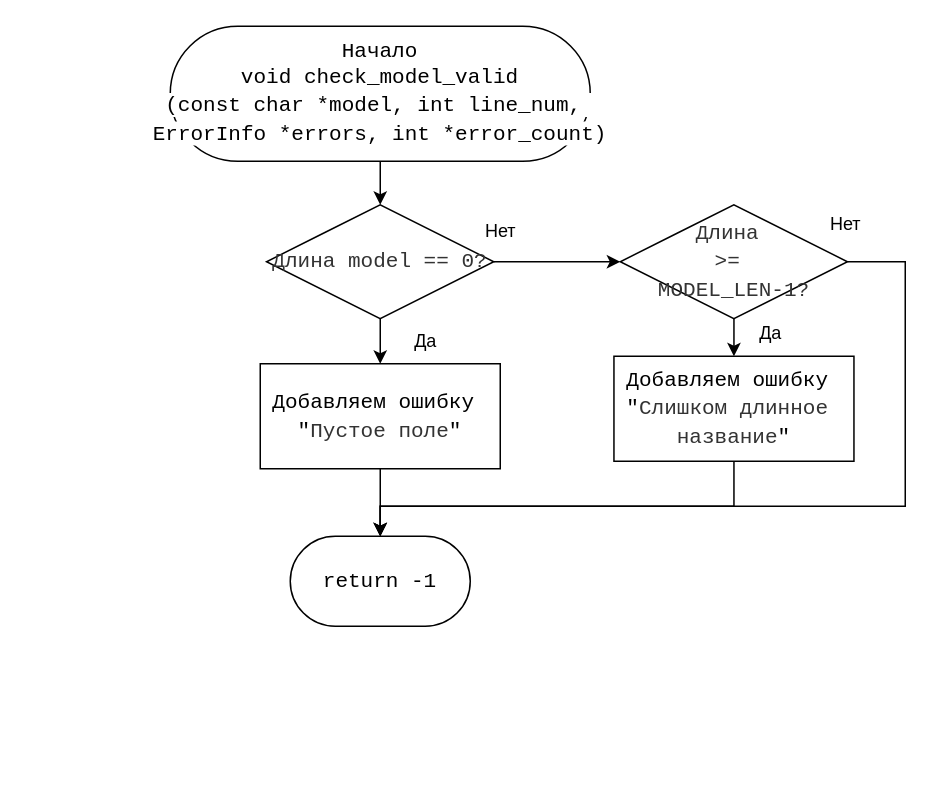
Earlier version of the draw.io diagram Курсовая/Reports/check_model_valid.drawio (ZeroD1vision/Programming). Source tidied: cells renumbered, new cells numbered last; positions are measured from the earlier drawing's top-left corner, leaving out a move shared by most shapes. Both pictures are drawn from the tidied source at 150%, with x=0, y=0 at pixel (170, 26).
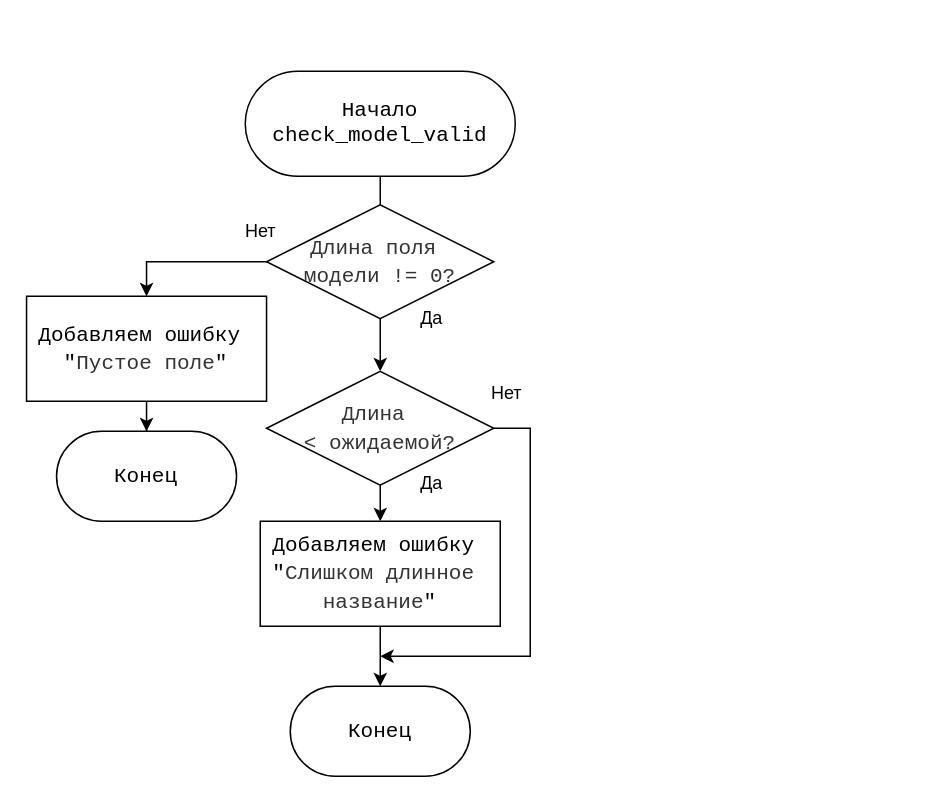
Above is the later version.

Diff of the diagram source:
```diff
@@
-    <mxCell id="3" value="&lt;font style=&quot;color: rgb(0, 0, 0); background-color: light-dark(#ffffff, var(--ge-dark-color, #121212));&quot;&gt;Начало&lt;/font&gt;&lt;div&gt;&lt;div style=&quot;font-family: Consolas, &amp;quot;Courier New&amp;quot;, monospace; line-height: 19px; white-space: pre;&quot;&gt;&lt;font style=&quot;color: rgb(0, 0, 0); background-color: light-dark(#ffffff, var(--ge-dark-color, #121212));&quot;&gt;void check_model_valid&lt;/font&gt;&lt;/div&gt;&lt;div style=&quot;font-family: Consolas, &amp;quot;Courier New&amp;quot;, monospace; line-height: 19px; white-space: pre;&quot;&gt;&lt;font style=&quot;color: rgb(0, 0, 0); background-color: light-dark(#ffffff, var(--ge-dark-color, #121212));&quot;&gt;(const char *model, int line_num, &lt;/font&gt;&lt;/div&gt;&lt;div style=&quot;font-family: Consolas, &amp;quot;Courier New&amp;quot;, monospace; line-height: 19px; white-space: pre;&quot;&gt;&lt;font style=&quot;color: rgb(0, 0, 0); background-color: light-dark(#ffffff, var(--ge-dark-color, #121212));&quot;&gt;ErrorInfo *errors, int *error_count)&lt;/font&gt;&lt;/div&gt;&lt;/div&gt;" style="rounded=1;whiteSpace=wrap;html=1;arcSize=50;fontFamily=Consolas;fontSize=14;" parent="1" vertex="1">
-      <mxGeometry width="280" height="90" as="geometry" />
+    <mxCell id="3" value="&lt;font style=&quot;color: rgb(0, 0, 0); background-color: light-dark(#ffffff, var(--ge-dark-color, #121212));&quot;&gt;Начало&lt;/font&gt;&lt;div&gt;&lt;div style=&quot;font-family: Consolas, &amp;quot;Courier New&amp;quot;, monospace; line-height: 19px; white-space: pre;&quot;&gt;&lt;font style=&quot;color: rgb(0, 0, 0); background-color: light-dark(#ffffff, var(--ge-dark-color, #121212));&quot;&gt;check_model_valid&lt;/font&gt;&lt;/div&gt;&lt;/div&gt;" style="rounded=1;whiteSpace=wrap;html=1;arcSize=50;fontFamily=Consolas;fontSize=14;" parent="1" vertex="1">
+      <mxGeometry x="50" y="30" width="180" height="70" as="geometry" />
     </mxCell>
+    <mxCell id="5" style="edgeStyle=orthogonalEdgeStyle;rounded=0;jettySize=auto;html=1;entryX=0.5;entryY=0;entryDx=0;entryDy=0;" parent="1" edge="1" source="6" target="13">
+      <mxGeometry relative="1" as="geometry">
+        <Array as="points">
+          <mxPoint x="-16" y="157" />
+        </Array>
+      </mxGeometry>
+    </mxCell>
@@
-    <mxCell id="5" style="edgeStyle=orthogonalEdgeStyle;rounded=0;jettySize=auto;html=1;" parent="1" edge="1" source="6" target="13">
-      <mxGeometry relative="1" as="geometry" />
-    </mxCell>
-    <mxCell id="6" value="&lt;div style=&quot;line-height: 19px; white-space: pre;&quot;&gt;&lt;div style=&quot;line-height: 19px;&quot;&gt;&lt;div style=&quot;line-height: 19px;&quot;&gt;&lt;span style=&quot;color: rgb(51, 51, 51); white-space-collapse: collapse;&quot;&gt;&lt;font face=&quot;Consolas, Monaco, Andale Mono, Ubuntu Mono, monospace&quot; style=&quot;&quot;&gt;Длина model == 0?&lt;/font&gt;&lt;/span&gt;&lt;/div&gt;&lt;/div&gt;&lt;/div&gt;" style="rhombus;whiteSpace=wrap;html=1;rounded=1;strokeColor=default;align=center;verticalAlign=middle;arcSize=0;fontFamily=Consolas;fontSize=14;fontColor=default;fillColor=default;" parent="1" vertex="1">
+    <mxCell id="6" value="&lt;div style=&quot;line-height: 19px; white-space: pre;&quot;&gt;&lt;div style=&quot;line-height: 19px;&quot;&gt;&lt;div style=&quot;line-height: 19px;&quot;&gt;&lt;span style=&quot;color: rgb(51, 51, 51); white-space-collapse: collapse;&quot;&gt;&lt;font face=&quot;Consolas, Monaco, Andale Mono, Ubuntu Mono, monospace&quot; style=&quot;&quot;&gt;Длина поля&amp;nbsp;&lt;/font&gt;&lt;/span&gt;&lt;/div&gt;&lt;div style=&quot;line-height: 19px;&quot;&gt;&lt;span style=&quot;font-family: Consolas, Monaco, &amp;quot;Andale Mono&amp;quot;, &amp;quot;Ubuntu Mono&amp;quot;, monospace; color: light-dark(rgb(51, 51, 51), rgb(193, 193, 193)); white-space-collapse: collapse; background-color: transparent;&quot;&gt;модели != 0?&lt;/span&gt;&lt;/div&gt;&lt;/div&gt;&lt;/div&gt;" style="rhombus;whiteSpace=wrap;html=1;rounded=1;strokeColor=default;align=center;verticalAlign=middle;arcSize=0;fontFamily=Consolas;fontSize=14;fontColor=default;fillColor=default;" parent="1" vertex="1">
       <mxGeometry x="64.2" y="119" width="151.5" height="76" as="geometry" />
     </mxCell>
@@
-    <mxCell id="8" style="edgeStyle=orthogonalEdgeStyle;rounded=0;jettySize=auto;html=1;entryX=0.5;entryY=0;entryDx=0;entryDy=0;" parent="1" edge="1" source="9" target="14">
-      <mxGeometry relative="1" as="geometry">
-        <Array as="points">
-          <mxPoint x="490" y="157" />
-          <mxPoint x="490" y="320" />
-          <mxPoint x="140" y="320" />
-        </Array>
-      </mxGeometry>
-    </mxCell>
+    <mxCell id="19" style="edgeStyle=orthogonalEdgeStyle;rounded=0;jettySize=auto;html=1;" parent="1" edge="1" source="9">
+      <mxGeometry relative="1" as="geometry">
+        <mxPoint x="140" y="420" as="targetPoint" />
+        <Array as="points">
+          <mxPoint x="240" y="268" />
+          <mxPoint x="240" y="420" />
+        </Array>
+      </mxGeometry>
+    </mxCell>
-    <mxCell id="9" value="&lt;div style=&quot;line-height: 19px; white-space: pre;&quot;&gt;&lt;div style=&quot;line-height: 19px;&quot;&gt;&lt;div style=&quot;line-height: 19px;&quot;&gt;&lt;span style=&quot;color: rgb(51, 51, 51); white-space-collapse: collapse;&quot;&gt;&lt;font face=&quot;Consolas, Monaco, Andale Mono, Ubuntu Mono, monospace&quot; style=&quot;&quot;&gt;Длина&amp;nbsp;&lt;/font&gt;&lt;/span&gt;&lt;/div&gt;&lt;div style=&quot;line-height: 19px;&quot;&gt;&lt;span style=&quot;color: rgb(51, 51, 51); white-space-collapse: collapse;&quot;&gt;&lt;font face=&quot;Consolas, Monaco, Andale Mono, Ubuntu Mono, monospace&quot; style=&quot;&quot;&gt;&amp;gt;=&amp;nbsp;&lt;/font&gt;&lt;/span&gt;&lt;/div&gt;&lt;div style=&quot;line-height: 19px;&quot;&gt;&lt;span style=&quot;color: rgb(51, 51, 51); white-space-collapse: collapse;&quot;&gt;&lt;font face=&quot;Consolas, Monaco, Andale Mono, Ubuntu Mono, monospace&quot; style=&quot;&quot;&gt;MODEL_LEN-1?&lt;/font&gt;&lt;/span&gt;&lt;/div&gt;&lt;/div&gt;&lt;/div&gt;" style="rhombus;whiteSpace=wrap;html=1;rounded=1;strokeColor=default;align=center;verticalAlign=middle;arcSize=0;fontFamily=Consolas;fontSize=14;fontColor=default;fillColor=default;" parent="1" vertex="1">
-      <mxGeometry x="300" y="119" width="151.5" height="76" as="geometry" />
+    <mxCell id="9" value="&lt;div style=&quot;line-height: 19px; white-space: pre;&quot;&gt;&lt;div style=&quot;line-height: 19px;&quot;&gt;&lt;div style=&quot;line-height: 19px;&quot;&gt;&lt;span style=&quot;color: rgb(51, 51, 51); white-space-collapse: collapse;&quot;&gt;&lt;font face=&quot;Consolas, Monaco, Andale Mono, Ubuntu Mono, monospace&quot; style=&quot;&quot;&gt;Длина&amp;nbsp;&lt;/font&gt;&lt;/span&gt;&lt;/div&gt;&lt;div style=&quot;line-height: 19px;&quot;&gt;&lt;span style=&quot;font-family: Consolas, Monaco, &amp;quot;Andale Mono&amp;quot;, &amp;quot;Ubuntu Mono&amp;quot;, monospace; color: light-dark(rgb(51, 51, 51), rgb(193, 193, 193)); white-space-collapse: collapse; background-color: transparent;&quot;&gt;&amp;lt; ожидаемой?&lt;/span&gt;&lt;/div&gt;&lt;/div&gt;&lt;/div&gt;" style="rhombus;whiteSpace=wrap;html=1;rounded=1;strokeColor=default;align=center;verticalAlign=middle;arcSize=0;fontFamily=Consolas;fontSize=14;fontColor=default;fillColor=default;" parent="1" vertex="1">
+      <mxGeometry x="64.2" y="230" width="151.5" height="76" as="geometry" />
     </mxCell>
-    <mxCell id="10" style="edgeStyle=orthogonalEdgeStyle;rounded=0;jettySize=auto;html=1;entryX=0.5;entryY=0;entryDx=0;entryDy=0;" parent="1" edge="1" source="11" target="14">
-      <mxGeometry relative="1" as="geometry">
-        <Array as="points">
-          <mxPoint x="376" y="320" />
-          <mxPoint x="140" y="320" />
-        </Array>
-      </mxGeometry>
-    </mxCell>
+    <mxCell id="20" style="edgeStyle=orthogonalEdgeStyle;rounded=0;jettySize=auto;html=1;" parent="1" edge="1" source="11" target="21">
+      <mxGeometry relative="1" as="geometry" />
+    </mxCell>
     <mxCell id="11" value="&lt;div style=&quot;line-height: 19px; white-space: pre;&quot;&gt;&lt;div style=&quot;font-family: Consolas, &amp;quot;Courier New&amp;quot;, monospace;&quot;&gt;Добавляем ошибку &lt;/div&gt;&lt;div style=&quot;&quot;&gt;&lt;font face=&quot;Consolas, Courier New, monospace&quot;&gt;&quot;&lt;/font&gt;&lt;span style=&quot;color: rgb(51, 51, 51); white-space-collapse: collapse;&quot;&gt;&lt;font face=&quot;Consolas, Monaco, Andale Mono, Ubuntu Mono, monospace&quot; style=&quot;&quot;&gt;Слишком длинное&amp;nbsp;&lt;/font&gt;&lt;/span&gt;&lt;/div&gt;&lt;div style=&quot;&quot;&gt;&lt;span style=&quot;color: rgb(51, 51, 51); white-space-collapse: collapse;&quot;&gt;&lt;font face=&quot;Consolas, Monaco, Andale Mono, Ubuntu Mono, monospace&quot; style=&quot;&quot;&gt;название&lt;/font&gt;&lt;/span&gt;&lt;font face=&quot;Consolas, Courier New, monospace&quot;&gt;&quot;&lt;/font&gt;&lt;/div&gt;&lt;/div&gt;" style="whiteSpace=wrap;html=1;fontSize=14;fontFamily=Consolas;rounded=1;arcSize=0;" parent="1" vertex="1">
-      <mxGeometry x="295.8" y="220" width="160" height="70" as="geometry" />
+      <mxGeometry x="60" y="330" width="160" height="70" as="geometry" />
     </mxCell>
@@
     <mxCell id="13" value="&lt;div style=&quot;line-height: 19px; text-wrap-mode: nowrap;&quot;&gt;&lt;div style=&quot;white-space-collapse: preserve; font-family: Consolas, &amp;quot;Courier New&amp;quot;, monospace;&quot;&gt;Добавляем ошибку &lt;/div&gt;&lt;div style=&quot;&quot;&gt;&lt;font style=&quot;white-space-collapse: preserve;&quot; face=&quot;Consolas, Courier New, monospace&quot;&gt;&quot;&lt;/font&gt;&lt;font face=&quot;Consolas, Monaco, Andale Mono, Ubuntu Mono, monospace&quot; color=&quot;#333333&quot; style=&quot;&quot;&gt;Пустое поле&lt;/font&gt;&lt;span style=&quot;white-space-collapse: preserve; font-family: Consolas, &amp;quot;Courier New&amp;quot;, monospace; background-color: transparent; color: light-dark(rgb(0, 0, 0), rgb(255, 255, 255));&quot;&gt;&quot;&lt;/span&gt;&lt;/div&gt;&lt;/div&gt;" style="whiteSpace=wrap;html=1;fontSize=14;fontFamily=Consolas;rounded=1;arcSize=0;" parent="1" vertex="1">
-      <mxGeometry x="60" y="225" width="160" height="70" as="geometry" />
+      <mxGeometry x="-95.8" y="180" width="160" height="70" as="geometry" />
     </mxCell>
-    <mxCell id="14" value="return -1" style="whiteSpace=wrap;html=1;fontSize=14;fontFamily=Consolas;rounded=1;arcSize=50;" parent="1" vertex="1">
-      <mxGeometry x="80" y="340" width="120" height="60" as="geometry" />
+    <mxCell id="14" value="Конец" style="whiteSpace=wrap;html=1;fontSize=14;fontFamily=Consolas;rounded=1;arcSize=50;" parent="1" vertex="1">
+      <mxGeometry x="-75.8" y="270" width="120" height="60" as="geometry" />
     </mxCell>
     <mxCell id="15" value="Нет" style="text;html=1;align=center;verticalAlign=middle;strokeColor=none;fillColor=none;" parent="1" vertex="1">
-      <mxGeometry x="200" y="122" width="40" height="30" as="geometry" />
+      <mxGeometry x="40" y="122" width="40" height="30" as="geometry" />
     </mxCell>
-    <mxCell id="16" value="Да" style="text;html=1;align=center;verticalAlign=middle;strokeColor=none;fillColor=none;" parent="1" vertex="1">
-      <mxGeometry x="150" y="195" width="40" height="30" as="geometry" />
-    </mxCell>
     <mxCell id="17" value="Нет" style="text;html=1;align=center;verticalAlign=middle;strokeColor=none;fillColor=none;" parent="1" vertex="1">
-      <mxGeometry x="430" y="117" width="40" height="30" as="geometry" />
+      <mxGeometry x="204.2" y="230" width="40" height="30" as="geometry" />
     </mxCell>
     <mxCell id="18" value="Да" style="text;html=1;align=center;verticalAlign=middle;strokeColor=none;fillColor=none;" parent="1" vertex="1">
-      <mxGeometry x="380" y="190" width="40" height="30" as="geometry" />
+      <mxGeometry x="154.2" y="290" width="40" height="30" as="geometry" />
     </mxCell>
+    <mxCell id="16" value="Да" style="text;html=1;align=center;verticalAlign=middle;strokeColor=none;fillColor=none;" parent="1" vertex="1">
+      <mxGeometry x="154.2" y="180" width="40" height="30" as="geometry" />
+    </mxCell>
+    <mxCell id="21" value="Конец" style="whiteSpace=wrap;html=1;fontSize=14;fontFamily=Consolas;rounded=1;arcSize=50;" parent="1" vertex="1">
+      <mxGeometry x="80" y="440" width="120" height="60" as="geometry" />
+    </mxCell>
```
